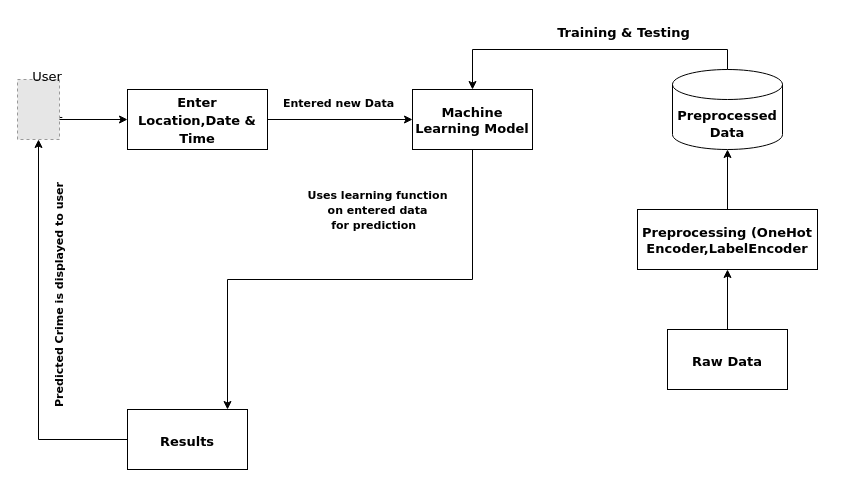
This is work_flow.drawio from ChanumoluGayathri/System_Design, a draw.io file, before an edit. Source tidied: cells renumbered, new cells numbered last; positions are measured from the earlier drawing's top-left corner, leaving out a move shared by most shapes. Both pictures are drawn from the tidied source at 100%, with x=0, y=0 at pixel (17, 49). Pictures stored in the file or linked from it are replaced by grey dashed boxes.
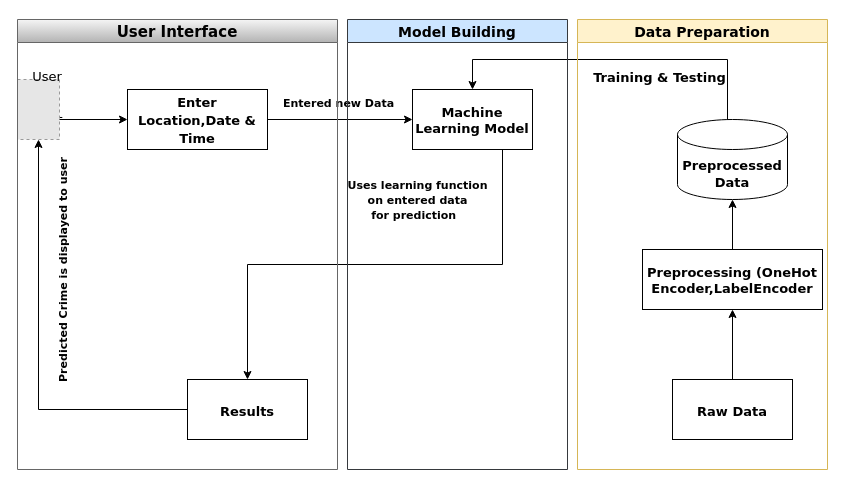
Above is the later version.

Unchanged cells that the change refers to:
```xml
<mxCell id="9" value="&lt;p style=&quot;line-height: 70%;&quot;&gt;&lt;font style=&quot;font-size: 13px;&quot; face=&quot;Verdana&quot;&gt;&lt;b&gt;Machine Learning Model&lt;/b&gt;&lt;/font&gt;&lt;/p&gt;" style="rounded=0;whiteSpace=wrap;html=1;hachureGap=4;fontFamily=Architects Daughter;fontSize=20;" parent="1" vertex="1">
  <mxGeometry x="395" y="40" width="120" height="60" as="geometry" />
</mxCell>
<mxCell id="12" style="edgeStyle=orthogonalEdgeStyle;rounded=0;hachureGap=4;jettySize=auto;html=1;entryX=0.5;entryY=1;entryDx=0;entryDy=0;fontFamily=Architects Daughter;fontSize=16;" parent="1" edge="1" source="10" target="3">
  <mxGeometry relative="1" as="geometry" />
</mxCell>
```

Diff of the diagram source:
```diff
@@
-    <mxCell id="8" style="edgeStyle=orthogonalEdgeStyle;rounded=0;hachureGap=4;jettySize=auto;html=1;fontFamily=Architects Daughter;fontSize=16;" parent="1" edge="1" source="9" target="10">
-      <mxGeometry relative="1" as="geometry">
-        <Array as="points">
-          <mxPoint x="455" y="230" />
-          <mxPoint x="210" y="230" />
-        </Array>
-      </mxGeometry>
+    <mxCell id="8" style="edgeStyle=orthogonalEdgeStyle;rounded=0;hachureGap=4;jettySize=auto;html=1;exitX=0.75;exitY=1;exitDx=0;exitDy=0;entryX=0.5;entryY=0;entryDx=0;entryDy=0;fontFamily=Architects Daughter;fontSize=16;" parent="1" edge="1" source="9" target="10">
+      <mxGeometry relative="1" as="geometry" />
     </mxCell>
@@
-    <mxCell id="10" value="&lt;font style=&quot;font-size: 13px;&quot; face=&quot;Verdana&quot;&gt;&lt;b&gt;Results&lt;/b&gt;&lt;/font&gt;" style="rounded=0;whiteSpace=wrap;html=1;hachureGap=4;fontFamily=Architects Daughter;fontSize=20;" parent="1" vertex="1">
-      <mxGeometry x="110" y="360" width="120" height="60" as="geometry" />
-    </mxCell>
     <mxCell id="11" value="&lt;p style=&quot;line-height: 60%;&quot;&gt;&lt;b style=&quot;font-size: 11px;&quot;&gt;&lt;font style=&quot;font-size: 11px;&quot; face=&quot;Verdana&quot;&gt;Uses learning function &lt;br&gt;on entered data &lt;br&gt;for prediction&amp;nbsp;&amp;nbsp;&lt;/font&gt;&lt;/b&gt;&lt;/p&gt;" style="text;html=1;align=center;verticalAlign=middle;strokeColor=none;fillColor=none;fontSize=20;fontFamily=Architects Daughter;" parent="1" vertex="1">
-      <mxGeometry x="280" y="110" width="160" height="100" as="geometry" />
+      <mxGeometry x="320" y="100" width="160" height="100" as="geometry" />
     </mxCell>
@@
     <mxCell id="13" value="&lt;font size=&quot;1&quot; face=&quot;Verdana&quot;&gt;&lt;b style=&quot;font-size: 11px;&quot;&gt;Predicted Crime is displayed to user&lt;/b&gt;&lt;/font&gt;" style="edgeLabel;html=1;align=center;verticalAlign=middle;fontSize=20;fontFamily=Architects Daughter;rotation=270;" parent="12" vertex="1">
       <mxGeometry x="-0.1" y="-2" relative="1" as="geometry">
-        <mxPoint x="15" y="-57" as="offset" />
+        <mxPoint x="19" y="-98" as="offset" />
       </mxGeometry>
     </mxCell>
     <mxCell id="14" style="edgeStyle=orthogonalEdgeStyle;rounded=0;hachureGap=4;jettySize=auto;html=1;fontFamily=Architects Daughter;fontSize=16;" parent="1" edge="1" source="16" target="9">
       <mxGeometry relative="1" as="geometry">
         <Array as="points">
-          <mxPoint x="455" />
+          <mxPoint x="710" y="10" />
+          <mxPoint x="455" y="10" />
         </Array>
       </mxGeometry>
     </mxCell>
     <mxCell id="15" value="&lt;font face=&quot;Verdana&quot;&gt;&lt;span style=&quot;font-size: 13px;&quot;&gt;&lt;b&gt;Training &amp;amp; Testing&lt;/b&gt;&lt;/span&gt;&lt;/font&gt;" style="edgeLabel;html=1;align=center;verticalAlign=middle;fontSize=20;fontFamily=Architects Daughter;" parent="14" vertex="1">
       <mxGeometry x="-0.35" y="2" relative="1" as="geometry">
-        <mxPoint x="-23" y="-22" as="offset" />
+        <mxPoint x="-17" y="13" as="offset" />
       </mxGeometry>
     </mxCell>
+    <mxCell id="21" value="User Interface" style="swimlane;hachureGap=4;fontFamily=Verdana;fontSize=15;fontStyle=1;fillColor=#f5f5f5;gradientColor=#b3b3b3;strokeColor=#666666;" parent="1" vertex="1">
+      <mxGeometry y="-30" width="320" height="450" as="geometry" />
+    </mxCell>
+    <mxCell id="10" value="&lt;font style=&quot;font-size: 13px;&quot; face=&quot;Verdana&quot;&gt;&lt;b&gt;Results&lt;/b&gt;&lt;/font&gt;" style="rounded=0;whiteSpace=wrap;html=1;hachureGap=4;fontFamily=Architects Daughter;fontSize=20;" parent="21" vertex="1">
+      <mxGeometry x="170" y="360" width="120" height="60" as="geometry" />
+    </mxCell>
+    <mxCell id="22" value="Model Building" style="swimlane;hachureGap=4;fontFamily=Verdana;fontSize=14;fillColor=#cce5ff;strokeColor=#36393d;" parent="1" vertex="1">
+      <mxGeometry x="330" y="-30" width="220" height="450" as="geometry" />
+    </mxCell>
+    <mxCell id="23" value="Data Preparation" style="swimlane;hachureGap=4;fontFamily=Verdana;fontSize=14;fillColor=#fff2cc;strokeColor=#d6b656;" parent="1" vertex="1">
+      <mxGeometry x="560" y="-30" width="250" height="450" as="geometry" />
+    </mxCell>
-    <mxCell id="16" value="&lt;p style=&quot;line-height: 70%;&quot;&gt;&lt;font face=&quot;Verdana&quot;&gt;&lt;span style=&quot;font-size: 13px;&quot;&gt;&lt;b&gt;Preprocessed Data&lt;/b&gt;&lt;/span&gt;&lt;/font&gt;&lt;/p&gt;" style="shape=cylinder3;whiteSpace=wrap;html=1;boundedLbl=1;backgroundOutline=1;size=15;hachureGap=4;fontFamily=Architects Daughter;fontSize=20;" parent="1" vertex="1">
-      <mxGeometry x="655" y="20" width="110" height="80" as="geometry" />
+    <mxCell id="16" value="&lt;p style=&quot;line-height: 70%;&quot;&gt;&lt;font face=&quot;Verdana&quot;&gt;&lt;span style=&quot;font-size: 13px;&quot;&gt;&lt;b&gt;Preprocessed Data&lt;/b&gt;&lt;/span&gt;&lt;/font&gt;&lt;/p&gt;" style="shape=cylinder3;whiteSpace=wrap;html=1;boundedLbl=1;backgroundOutline=1;size=15;hachureGap=4;fontFamily=Architects Daughter;fontSize=20;" parent="23" vertex="1">
+      <mxGeometry x="100" y="100" width="110" height="80" as="geometry" />
     </mxCell>
+    <mxCell id="18" value="&lt;p style=&quot;line-height: 70%;&quot;&gt;&lt;b&gt;&lt;font style=&quot;font-size: 13px;&quot; face=&quot;Verdana&quot;&gt;Preprocessing (OneHot Encoder,LabelEncoder&lt;/font&gt;&lt;/b&gt;&lt;/p&gt;" style="rounded=0;whiteSpace=wrap;html=1;hachureGap=4;fontFamily=Architects Daughter;fontSize=20;" parent="23" vertex="1">
+      <mxGeometry x="65" y="230" width="180" height="60" as="geometry" />
+    </mxCell>
-    <mxCell id="17" style="edgeStyle=orthogonalEdgeStyle;rounded=0;hachureGap=4;jettySize=auto;html=1;fontFamily=Architects Daughter;fontSize=16;" parent="1" edge="1" source="18" target="16">
+    <mxCell id="17" style="edgeStyle=orthogonalEdgeStyle;rounded=0;hachureGap=4;jettySize=auto;html=1;fontFamily=Architects Daughter;fontSize=16;" parent="23" edge="1" source="18" target="16">
       <mxGeometry relative="1" as="geometry" />
     </mxCell>
-    <mxCell id="18" value="&lt;p style=&quot;line-height: 70%;&quot;&gt;&lt;b&gt;&lt;font style=&quot;font-size: 13px;&quot; face=&quot;Verdana&quot;&gt;Preprocessing (OneHot Encoder,LabelEncoder&lt;/font&gt;&lt;/b&gt;&lt;/p&gt;" style="rounded=0;whiteSpace=wrap;html=1;hachureGap=4;fontFamily=Architects Daughter;fontSize=20;" parent="1" vertex="1">
-      <mxGeometry x="620" y="160" width="180" height="60" as="geometry" />
-    </mxCell>
+    <mxCell id="20" value="&lt;b&gt;&lt;font style=&quot;font-size: 13px;&quot; face=&quot;Verdana&quot;&gt;Raw Data&lt;/font&gt;&lt;/b&gt;" style="rounded=0;whiteSpace=wrap;html=1;hachureGap=4;fontFamily=Architects Daughter;fontSize=20;" parent="23" vertex="1">
+      <mxGeometry x="95" y="360" width="120" height="60" as="geometry" />
+    </mxCell>
-    <mxCell id="19" style="edgeStyle=orthogonalEdgeStyle;rounded=0;hachureGap=4;jettySize=auto;html=1;fontFamily=Architects Daughter;fontSize=16;" parent="1" edge="1" source="20" target="18">
+    <mxCell id="19" style="edgeStyle=orthogonalEdgeStyle;rounded=0;hachureGap=4;jettySize=auto;html=1;fontFamily=Architects Daughter;fontSize=16;" parent="23" edge="1" source="20" target="18">
       <mxGeometry relative="1" as="geometry" />
     </mxCell>
-    <mxCell id="20" value="&lt;b&gt;&lt;font style=&quot;font-size: 13px;&quot; face=&quot;Verdana&quot;&gt;Raw Data&lt;/font&gt;&lt;/b&gt;" style="rounded=0;whiteSpace=wrap;html=1;hachureGap=4;fontFamily=Architects Daughter;fontSize=20;" parent="1" vertex="1">
-      <mxGeometry x="650" y="280" width="120" height="60" as="geometry" />
-    </mxCell>
```
